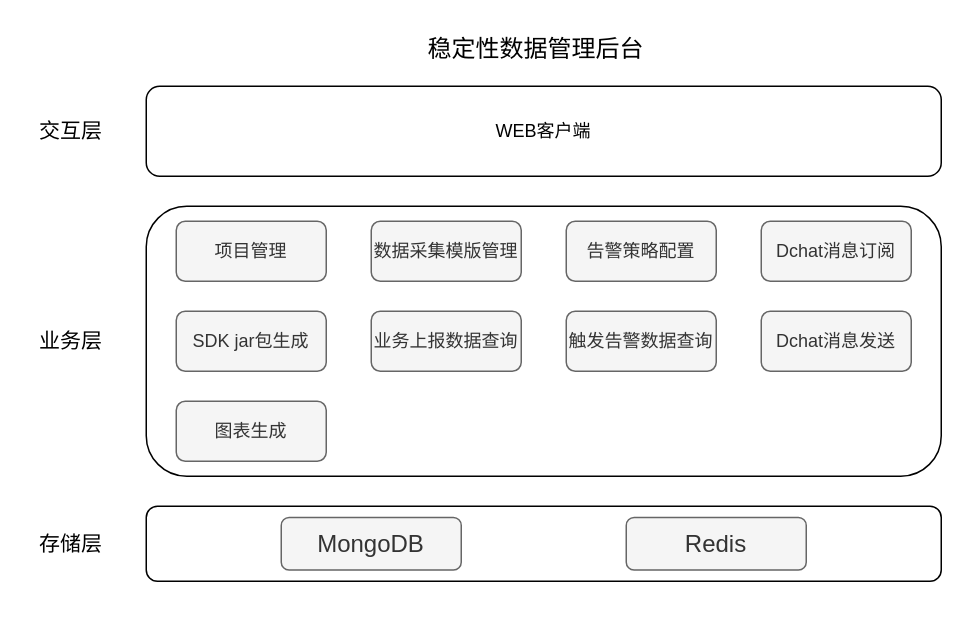
Earlier version of the draw.io diagram drawio/稳定性数据管理平台业务架构.drawio (xiaofang168/files). Source tidied: cells renumbered, new cells numbered last; positions are measured from the earlier drawing's top-left corner, leaving out a move shared by most shapes. Both pictures are drawn from the tidied source at 150%, with x=0, y=0 at pixel (26, 26).
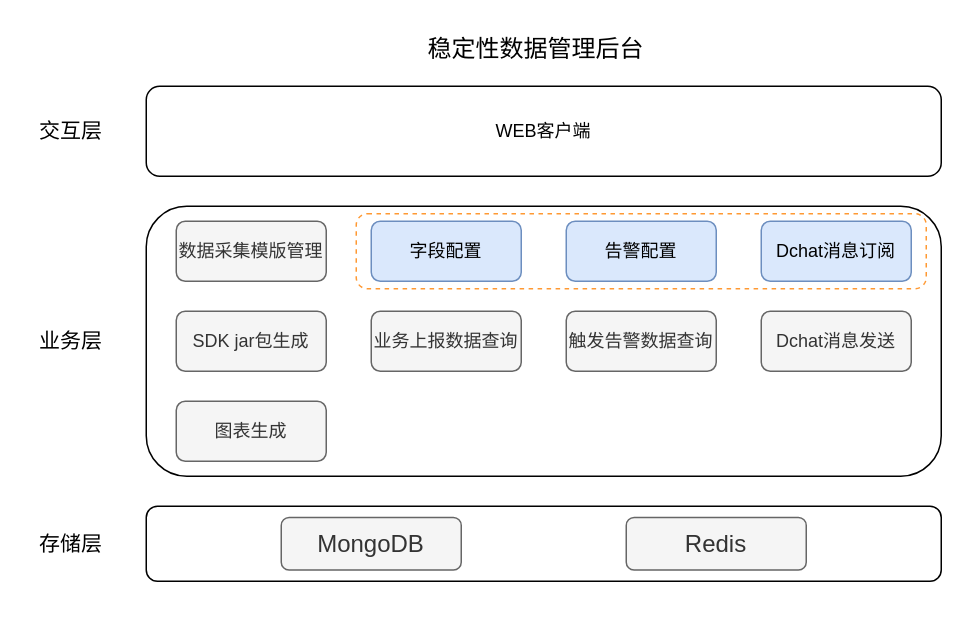
The same diagram, later.

Commit message:
Update 稳定性数据管理平台业务架构.drawio

What changed in the source:
```diff
@@
+    <mxCell id="3" style="rounded=1;whiteSpace=wrap;html=1;fillColor=none;" parent="1" vertex="1">
+      <mxGeometry x="80" y="120" width="530" height="180" as="geometry" />
+    </mxCell>
+    <mxCell id="22" style="rounded=1;whiteSpace=wrap;html=1;fillColor=none;dashed=1;strokeColor=#FF9933;strokeWidth=1;" parent="1" vertex="1">
+      <mxGeometry x="220" y="125" width="380" height="50" as="geometry" />
+    </mxCell>
@@
-    <mxCell id="3" style="rounded=1;whiteSpace=wrap;html=1;fillColor=none;" parent="1" vertex="1">
-      <mxGeometry x="80" y="120" width="530" height="180" as="geometry" />
-    </mxCell>
@@
     <mxCell id="5" value="数据采集模版管理" style="rounded=1;whiteSpace=wrap;html=1;fillColor=#f5f5f5;fontColor=#333333;strokeColor=#666666;" parent="1" vertex="1">
-      <mxGeometry x="230" y="130" width="100" height="40" as="geometry" />
+      <mxGeometry x="100" y="130" width="100" height="40" as="geometry" />
     </mxCell>
@@
-    <mxCell id="7" value="Dchat消息订阅" style="rounded=1;whiteSpace=wrap;html=1;fillColor=#f5f5f5;fontColor=#333333;strokeColor=#666666;" parent="1" vertex="1">
+    <mxCell id="7" value="Dchat消息订阅" style="rounded=1;whiteSpace=wrap;html=1;fillColor=#dae8fc;strokeColor=#6c8ebf;" parent="1" vertex="1">
       <mxGeometry x="490" y="130" width="100" height="40" as="geometry" />
     </mxCell>
@@
-    <mxCell id="15" value="告警策略配置" style="rounded=1;whiteSpace=wrap;html=1;fillColor=#f5f5f5;fontColor=#333333;strokeColor=#666666;" parent="1" vertex="1">
+    <mxCell id="15" value="告警配置" style="rounded=1;whiteSpace=wrap;html=1;fillColor=#dae8fc;strokeColor=#6c8ebf;" parent="1" vertex="1">
       <mxGeometry x="360" y="130" width="100" height="40" as="geometry" />
     </mxCell>
@@
-    <mxCell id="17" value="项目管理" style="rounded=1;whiteSpace=wrap;html=1;fillColor=#f5f5f5;fontColor=#333333;strokeColor=#666666;" parent="1" vertex="1">
-      <mxGeometry x="100" y="130" width="100" height="40" as="geometry" />
+    <mxCell id="17" value="字段配置" style="rounded=1;whiteSpace=wrap;html=1;fillColor=#dae8fc;strokeColor=#6c8ebf;" parent="1" vertex="1">
+      <mxGeometry x="230" y="130" width="100" height="40" as="geometry" />
     </mxCell>
```
